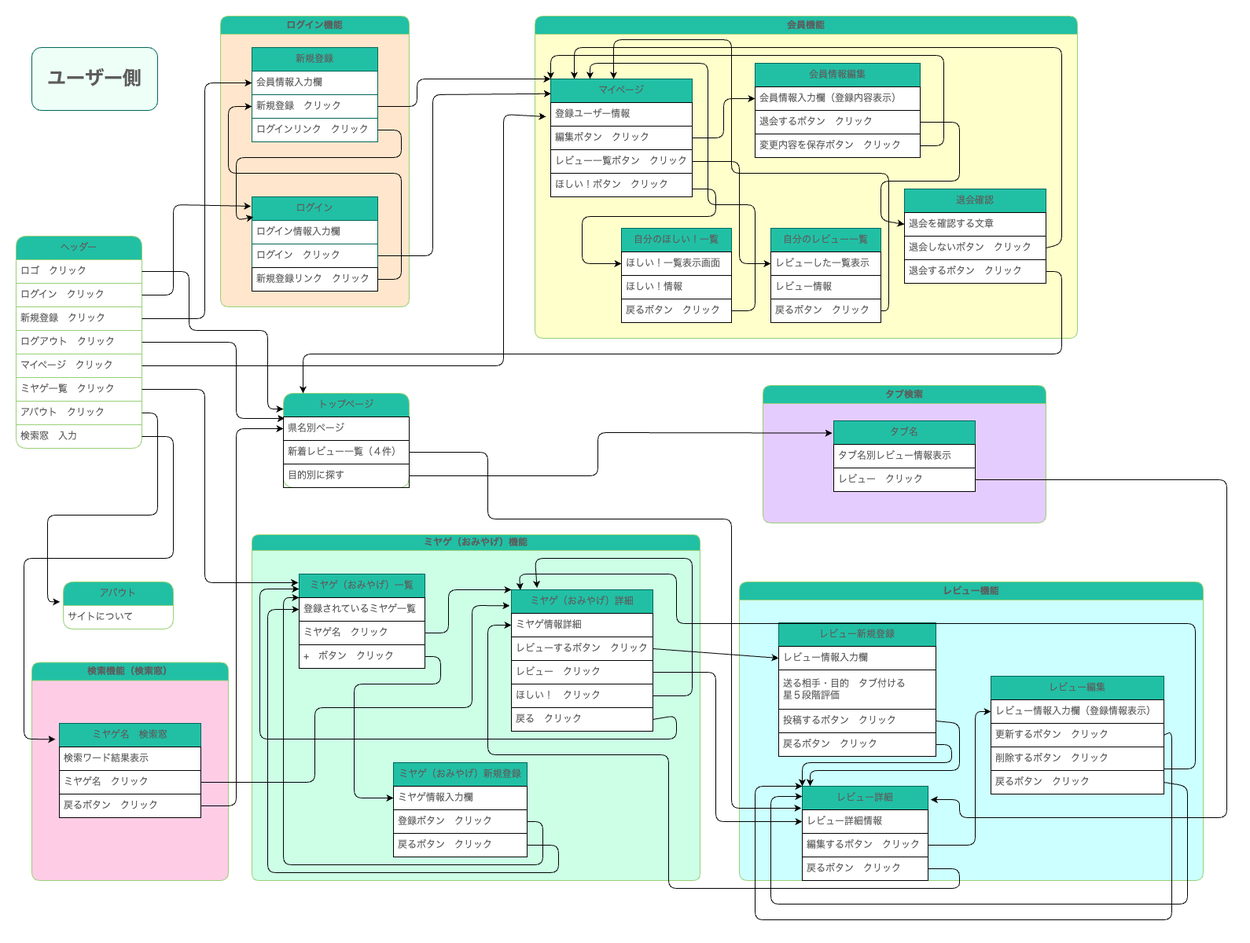
Above: app/assets/images/ミヤゲ屋UI_flows-ユーザー側.png in Aarii08/MIYAGEYA (draw.io), before the change. Source tidied: cells renumbered, new cells last; positions are measured from the earlier drawing's top-left corner, leaving out a move shared by most shapes.
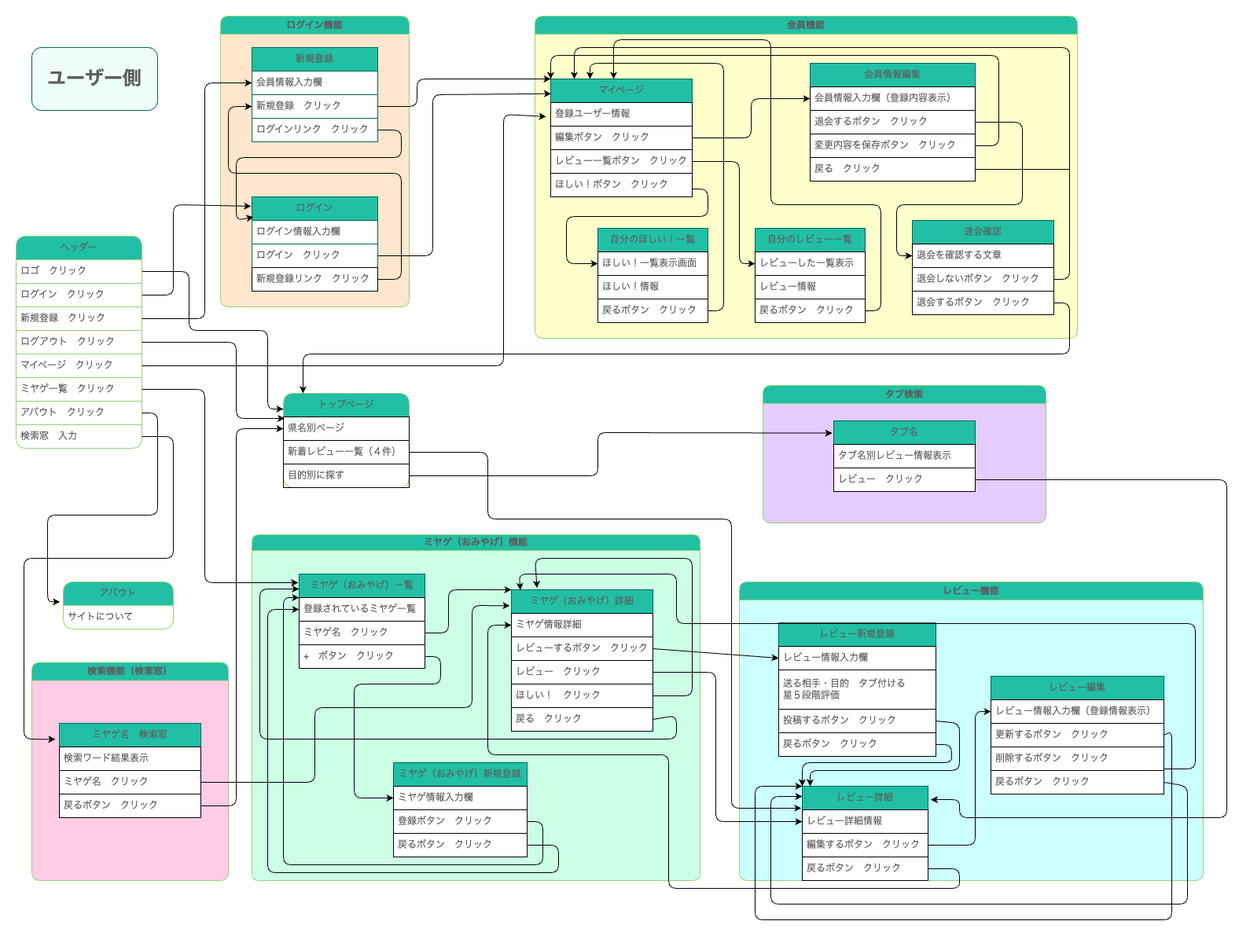
Later version of the same file.

Diff of the diagram source:
```diff
@@ -219,7 +219,7 @@
       <mxGeometry y="120" width="180" height="30" as="geometry" />
     </mxCell>
     <mxCell id="49" value="会員情報編集" style="swimlane;fontStyle=0;horizontal=1;startSize=30;whiteSpace=wrap;html=1;strokeColor=#006658;fontColor=#5C5C5C;fillColor=#21C0A5;swimlaneFillColor=default;" parent="43" vertex="1">
-      <mxGeometry x="280" y="60" width="210" height="120" as="geometry" />
+      <mxGeometry x="350" y="60" width="210" height="150" as="geometry" />
     </mxCell>
     <mxCell id="50" value="会員情報入力欄（登録内容表示）" style="text;strokeColor=default;fillColor=none;align=left;verticalAlign=middle;spacingLeft=4;spacingRight=4;overflow=hidden;points=[[0,0.5],[1,0.5]];portConstraint=eastwest;whiteSpace=wrap;html=1;fontColor=#5C5C5C;" parent="49" vertex="1">
       <mxGeometry y="30" width="210" height="30" as="geometry" />
@@ -230,8 +230,11 @@
     <mxCell id="52" value="変更内容を保存ボタン　クリック" style="text;strokeColor=default;fillColor=none;align=left;verticalAlign=middle;spacingLeft=4;spacingRight=4;overflow=hidden;points=[[0,0.5],[1,0.5]];portConstraint=eastwest;whiteSpace=wrap;html=1;fontColor=#5C5C5C;" parent="49" vertex="1">
       <mxGeometry y="90" width="210" height="30" as="geometry" />
     </mxCell>
+    <mxCell id="129" value="戻る　クリック" style="text;strokeColor=default;fillColor=none;align=left;verticalAlign=middle;spacingLeft=4;spacingRight=4;overflow=hidden;points=[[0,0.5],[1,0.5]];portConstraint=eastwest;whiteSpace=wrap;html=1;fontColor=#5C5C5C;" parent="49" vertex="1">
+      <mxGeometry y="120" width="210" height="30" as="geometry" />
+    </mxCell>
     <mxCell id="53" value="退会確認" style="swimlane;fontStyle=0;horizontal=1;startSize=30;whiteSpace=wrap;html=1;strokeColor=#006658;fontColor=#5C5C5C;fillColor=#21C0A5;swimlaneFillColor=default;" parent="43" vertex="1">
-      <mxGeometry x="470" y="220" width="180" height="120" as="geometry" />
+      <mxGeometry x="480" y="260" width="180" height="120" as="geometry" />
     </mxCell>
     <mxCell id="54" value="退会を確認する文章" style="text;strokeColor=default;fillColor=none;align=left;verticalAlign=middle;spacingLeft=4;spacingRight=4;overflow=hidden;points=[[0,0.5],[1,0.5]];portConstraint=eastwest;whiteSpace=wrap;html=1;fontColor=#5C5C5C;" parent="53" vertex="1">
       <mxGeometry y="30" width="180" height="30" as="geometry" />
@@ -243,7 +246,7 @@
       <mxGeometry y="90" width="180" height="30" as="geometry" />
     </mxCell>
     <mxCell id="57" value="自分のほしい！一覧" style="swimlane;fontStyle=0;horizontal=1;startSize=30;whiteSpace=wrap;html=1;strokeColor=#006658;fontColor=#5C5C5C;fillColor=#21C0A5;swimlaneFillColor=default;" parent="43" vertex="1">
-      <mxGeometry x="110" y="270" width="140" height="120" as="geometry" />
+      <mxGeometry x="80" y="270" width="140" height="120" as="geometry" />
     </mxCell>
     <mxCell id="58" value="ほしい！一覧表示画面" style="text;strokeColor=default;fillColor=none;align=left;verticalAlign=middle;spacingLeft=4;spacingRight=4;overflow=hidden;points=[[0,0.5],[1,0.5]];portConstraint=eastwest;whiteSpace=wrap;html=1;fontColor=#5C5C5C;" parent="57" vertex="1">
       <mxGeometry y="30" width="140" height="30" as="geometry" />
@@ -255,7 +258,7 @@
       <mxGeometry y="90" width="140" height="30" as="geometry" />
     </mxCell>
     <mxCell id="61" value="自分のレビュー一覧" style="swimlane;fontStyle=0;horizontal=1;startSize=30;whiteSpace=wrap;html=1;strokeColor=#006658;fontColor=#5C5C5C;fillColor=#21C0A5;swimlaneFillColor=default;" parent="43" vertex="1">
-      <mxGeometry x="300" y="270" width="140" height="120" as="geometry" />
+      <mxGeometry x="280" y="270" width="140" height="120" as="geometry" />
     </mxCell>
     <mxCell id="62" value="レビューした一覧表示" style="text;strokeColor=default;fillColor=none;align=left;verticalAlign=middle;spacingLeft=4;spacingRight=4;overflow=hidden;points=[[0,0.5],[1,0.5]];portConstraint=eastwest;whiteSpace=wrap;html=1;fontColor=#5C5C5C;" parent="61" vertex="1">
       <mxGeometry y="30" width="140" height="30" as="geometry" />
@@ -272,31 +275,32 @@
     <mxCell id="66" style="endArrow=classic;html=1;rounded=1;strokeColor=#000000;fontColor=#5C5C5C;fillColor=#21C0A5;exitX=1;exitY=0.5;exitDx=0;exitDy=0;entryX=0;entryY=0.5;entryDx=0;entryDy=0;" parent="43" edge="1" source="51" target="54">
       <mxGeometry relative="1" as="geometry">
         <Array as="points">
-          <mxPoint x="540" y="135" />
-          <mxPoint x="540" y="210" />
-          <mxPoint x="440" y="210" />
-          <mxPoint x="440" y="260" />
+          <mxPoint x="620" y="135" />
+          <mxPoint x="620" y="240" />
+          <mxPoint x="460" y="240" />
+          <mxPoint x="460" y="305" />
         </Array>
       </mxGeometry>
     </mxCell>
     <mxCell id="67" style="endArrow=classic;html=1;rounded=1;strokeColor=#000000;fontColor=#5C5C5C;fillColor=#21C0A5;exitX=1;exitY=0.5;exitDx=0;exitDy=0;entryX=0;entryY=0;entryDx=0;entryDy=0;" parent="43" edge="1" source="52" target="44">
       <mxGeometry relative="1" as="geometry">
         <Array as="points">
-          <mxPoint x="520" y="165" />
-          <mxPoint x="520" y="50" />
+          <mxPoint x="590" y="165" />
+          <mxPoint x="590" y="50" />
           <mxPoint x="20" y="50" />
           <mxPoint x="20" y="80" />
         </Array>
       </mxGeometry>
     </mxCell>
-    <mxCell id="68" style="edgeStyle=orthogonalEdgeStyle;rounded=1;jettySize=auto;html=1;strokeColor=#000000;fontColor=#5C5C5C;fillColor=#21C0A5;entryX=0;entryY=0.5;entryDx=0;entryDy=0;" parent="43" edge="1" target="58">
+    <mxCell id="68" style="edgeStyle=orthogonalEdgeStyle;rounded=1;orthogonalLoop=1;jettySize=auto;html=1;strokeColor=#000000;fontColor=#5C5C5C;fillColor=#21C0A5;" parent="43" edge="1">
       <mxGeometry relative="1" as="geometry">
         <mxPoint x="200" y="220" as="sourcePoint" />
+        <mxPoint x="80" y="315" as="targetPoint" />
         <Array as="points">
-          <mxPoint x="230" y="220" />
-          <mxPoint x="230" y="255" />
-          <mxPoint x="60" y="255" />
-          <mxPoint x="60" y="315" />
+          <mxPoint x="220" y="220" />
+          <mxPoint x="220" y="255" />
+          <mxPoint x="40" y="255" />
+          <mxPoint x="40" y="315" />
         </Array>
       </mxGeometry>
     </mxCell>
@@ -311,8 +315,8 @@
     <mxCell id="70" style="endArrow=classic;html=1;rounded=1;strokeColor=#000000;fontColor=#5C5C5C;fillColor=#21C0A5;exitX=1;exitY=0.5;exitDx=0;exitDy=0;entryX=0.167;entryY=0;entryDx=0;entryDy=0;entryPerimeter=0;" parent="43" edge="1" source="55" target="44">
       <mxGeometry relative="1" as="geometry">
         <Array as="points">
-          <mxPoint x="670" y="290" />
-          <mxPoint x="670" y="40" />
+          <mxPoint x="680" y="335" />
+          <mxPoint x="680" y="40" />
           <mxPoint x="560" y="40" />
           <mxPoint x="50" y="40" />
         </Array>
@@ -322,10 +326,8 @@
       <mxGeometry relative="1" as="geometry">
         <mxPoint x="70" y="80" as="targetPoint" />
         <Array as="points">
-          <mxPoint x="280" y="375" />
-          <mxPoint x="280" y="240" />
-          <mxPoint x="220" y="240" />
-          <mxPoint x="220" y="60" />
+          <mxPoint x="240" y="375" />
+          <mxPoint x="240" y="60" />
           <mxPoint x="70" y="60" />
         </Array>
       </mxGeometry>
@@ -334,10 +336,10 @@
       <mxGeometry relative="1" as="geometry">
         <mxPoint x="100" y="80" as="targetPoint" />
         <Array as="points">
-          <mxPoint x="450" y="375" />
-          <mxPoint x="450" y="200" />
-          <mxPoint x="250" y="200" />
-          <mxPoint x="250" y="30" />
+          <mxPoint x="440" y="375" />
+          <mxPoint x="440" y="240" />
+          <mxPoint x="300" y="240" />
+          <mxPoint x="300" y="30" />
           <mxPoint x="100" y="30" />
         </Array>
       </mxGeometry>
@@ -493,8 +495,8 @@
       <mxGeometry relative="1" as="geometry">
         <mxPoint x="365" y="480" as="targetPoint" />
         <Array as="points">
-          <mxPoint x="1330" y="325" />
-          <mxPoint x="1330" y="430" />
+          <mxPoint x="1340" y="365" />
+          <mxPoint x="1340" y="430" />
           <mxPoint x="365" y="430" />
         </Array>
       </mxGeometry>
@@ -637,5 +639,10 @@
         </Array>
       </mxGeometry>
     </mxCell>
+    <mxCell id="130" style="endArrow=none;html=1;rounded=1;exitX=1;exitY=0.5;exitDx=0;exitDy=0;" parent="1" edge="1" source="129">
+      <mxGeometry relative="1" as="geometry">
+        <mxPoint x="1340" y="195" as="targetPoint" />
+      </mxGeometry>
+    </mxCell>
   </root>
 </mxGraphModel>
```
